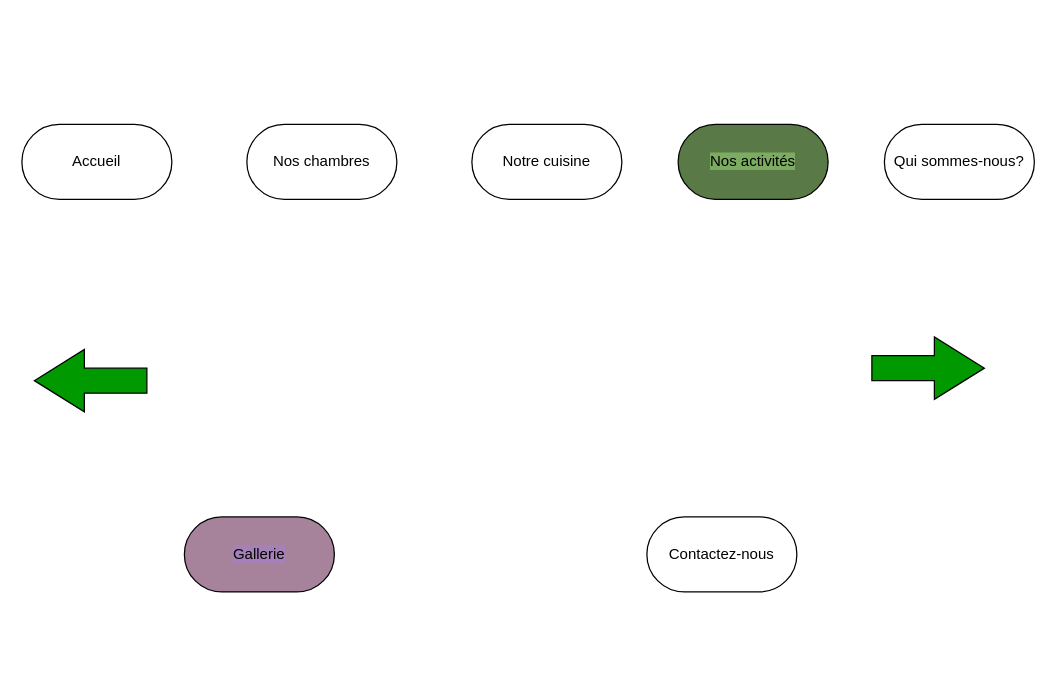
Before: page "Mockup" (3 of 9) of Untitled Diagram.drawio in awatunis/test, a draw.io diagram. Source tidied: cells renumbered, new cells numbered last; positions are measured from the earlier drawing's top-left corner, leaving out a move shared by most shapes. Both pictures are drawn from the tidied source at 125%, with x=0, y=0 at pixel (21, 124).
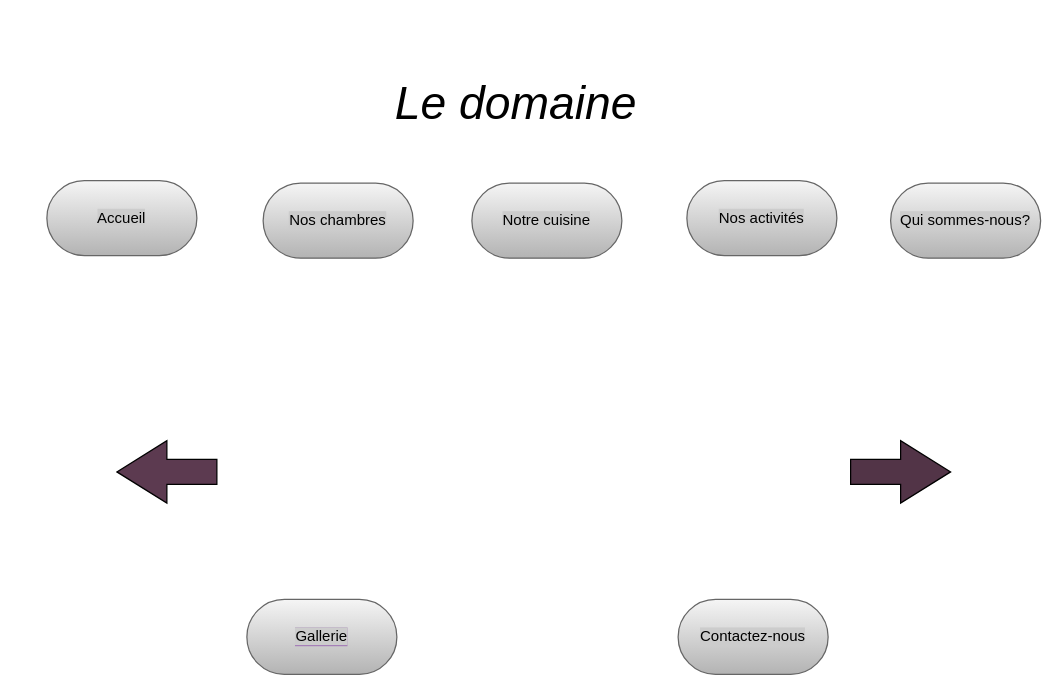
Above is the later version.

The edit, as a diff of the source:
```diff
@@
-<mxGraphModel>
+<mxGraphModel background="#FFFFFF">
   <root>
     <mxCell id="0" />
     <mxCell id="1" parent="0" />
-    <mxCell id="2" value="Accueil" style="rounded=1;whiteSpace=wrap;html=1;arcSize=50;" parent="1" vertex="1">
-      <mxGeometry width="120" height="60" as="geometry" />
+    <mxCell id="2" value="&lt;span style=&quot;background-color: rgb(204 , 204 , 204)&quot;&gt;Accueil&lt;/span&gt;" style="rounded=1;whiteSpace=wrap;html=1;arcSize=50;gradientColor=#b3b3b3;fillColor=#f5f5f5;strokeColor=#666666;" parent="1" vertex="1">
+      <mxGeometry x="20" y="45" width="120" height="60" as="geometry" />
     </mxCell>
-    <mxCell id="3" value="Notre cuisine" style="rounded=1;whiteSpace=wrap;html=1;arcSize=50;" parent="1" vertex="1">
-      <mxGeometry x="360" width="120" height="60" as="geometry" />
+    <mxCell id="3" value="&lt;span style=&quot;background-color: rgb(204 , 204 , 204)&quot;&gt;Notre cuisine&lt;/span&gt;" style="rounded=1;whiteSpace=wrap;html=1;arcSize=50;gradientColor=#b3b3b3;fillColor=#f5f5f5;strokeColor=#666666;" parent="1" vertex="1">
+      <mxGeometry x="360" y="47" width="120" height="60" as="geometry" />
     </mxCell>
-    <mxCell id="4" value="&lt;span style=&quot;background-color: rgb(124 , 171 , 98)&quot;&gt;Nos activités&lt;/span&gt;" style="rounded=1;whiteSpace=wrap;html=1;arcSize=50;fillColor=#597A46;" parent="1" vertex="1">
-      <mxGeometry x="525" width="120" height="60" as="geometry" />
+    <mxCell id="4" value="&lt;span style=&quot;background-color: rgb(204 , 204 , 204)&quot;&gt;Nos activités&lt;/span&gt;" style="rounded=1;whiteSpace=wrap;html=1;arcSize=50;gradientColor=#b3b3b3;fillColor=#f5f5f5;strokeColor=#666666;" parent="1" vertex="1">
+      <mxGeometry x="532" y="45" width="120" height="60" as="geometry" />
     </mxCell>
-    <mxCell id="5" value="Qui sommes-nous?" style="rounded=1;whiteSpace=wrap;html=1;arcSize=50;" parent="1" vertex="1">
-      <mxGeometry x="690" width="120" height="60" as="geometry" />
+    <mxCell id="5" value="&lt;span style=&quot;background-color: rgb(204 , 204 , 204)&quot;&gt;Qui sommes-nous?&lt;/span&gt;" style="rounded=1;whiteSpace=wrap;html=1;arcSize=50;gradientColor=#b3b3b3;fillColor=#f5f5f5;strokeColor=#666666;" parent="1" vertex="1">
+      <mxGeometry x="695" y="47" width="120" height="60" as="geometry" />
     </mxCell>
-    <mxCell id="6" value="Gallerie" style="rounded=1;whiteSpace=wrap;html=1;arcSize=50;labelBackgroundColor=#A680B8;fillColor=#A6839A;" parent="1" vertex="1">
-      <mxGeometry x="130" y="314" width="120" height="60" as="geometry" />
+    <mxCell id="6" value="&lt;span style=&quot;background-color: rgb(204 , 204 , 204)&quot;&gt;Gallerie&lt;/span&gt;" style="rounded=1;whiteSpace=wrap;html=1;arcSize=50;labelBackgroundColor=#A680B8;fillColor=#f5f5f5;gradientColor=#b3b3b3;strokeColor=#666666;" parent="1" vertex="1">
+      <mxGeometry x="180" y="380" width="120" height="60" as="geometry" />
     </mxCell>
-    <mxCell id="7" value="Contactez-nous" style="rounded=1;whiteSpace=wrap;html=1;arcSize=50;" parent="1" vertex="1">
-      <mxGeometry x="500" y="314" width="120" height="60" as="geometry" />
+    <mxCell id="7" value="&lt;span style=&quot;background-color: rgb(204 , 204 , 204)&quot;&gt;Contactez-nous&lt;/span&gt;" style="rounded=1;whiteSpace=wrap;html=1;arcSize=50;gradientColor=#b3b3b3;fillColor=#f5f5f5;strokeColor=#666666;" parent="1" vertex="1">
+      <mxGeometry x="525" y="380" width="120" height="60" as="geometry" />
     </mxCell>
-    <mxCell id="8" style="html=1;shadow=0;dashed=0;align=center;verticalAlign=middle;shape=mxgraph.arrows2.arrow;dy=0.6;dx=40;notch=0;fillColor=#009900;" parent="1" vertex="1">
-      <mxGeometry x="680" y="170" width="90" height="50" as="geometry" />
+    <mxCell id="8" style="html=1;shadow=0;dashed=0;align=center;verticalAlign=middle;shape=mxgraph.arrows2.arrow;dy=0.6;dx=40;notch=0;fillColor=#523447;" parent="1" vertex="1">
+      <mxGeometry x="663" y="253" width="80" height="50" as="geometry" />
     </mxCell>
-    <mxCell id="9" style="html=1;shadow=0;dashed=0;align=center;verticalAlign=middle;shape=mxgraph.arrows2.arrow;dy=0.6;dx=40;flipH=1;notch=0;fillColor=#009900;" parent="1" vertex="1">
-      <mxGeometry x="10" y="180" width="90" height="50" as="geometry" />
+    <mxCell id="9" style="html=1;shadow=0;dashed=0;align=center;verticalAlign=middle;shape=mxgraph.arrows2.arrow;dy=0.6;dx=40;flipH=1;notch=0;fillColor=#5C3A50;" parent="1" vertex="1">
+      <mxGeometry x="76" y="253" width="80" height="50" as="geometry" />
     </mxCell>
-    <mxCell id="10" value="Nos chambres" style="rounded=1;whiteSpace=wrap;html=1;arcSize=50;" parent="1" vertex="1">
-      <mxGeometry x="180" width="120" height="60" as="geometry" />
+    <mxCell id="10" value="&lt;span style=&quot;background-color: rgb(204 , 204 , 204)&quot;&gt;Nos chambres&lt;/span&gt;" style="rounded=1;whiteSpace=wrap;html=1;arcSize=50;gradientColor=#b3b3b3;fillColor=#f5f5f5;strokeColor=#666666;" parent="1" vertex="1">
+      <mxGeometry x="193" y="47" width="120" height="60" as="geometry" />
     </mxCell>
+    <mxCell id="11" value="&lt;h1&gt;&lt;font style=&quot;line-height: 190%&quot; size=&quot;1&quot;&gt;&lt;i style=&quot;font-weight: normal ; font-size: 37px&quot;&gt;Le domaine&lt;/i&gt;&lt;/font&gt;&lt;/h1&gt;" style="text;strokeColor=none;fillColor=none;html=1;fontSize=24;fontStyle=1;verticalAlign=middle;align=center;labelBackgroundColor=#ffffff;shadow=1;" parent="1" vertex="1">
+      <mxGeometry x="230" y="-41" width="329" height="40" as="geometry" />
+    </mxCell>
   </root>
 </mxGraphModel>
```
